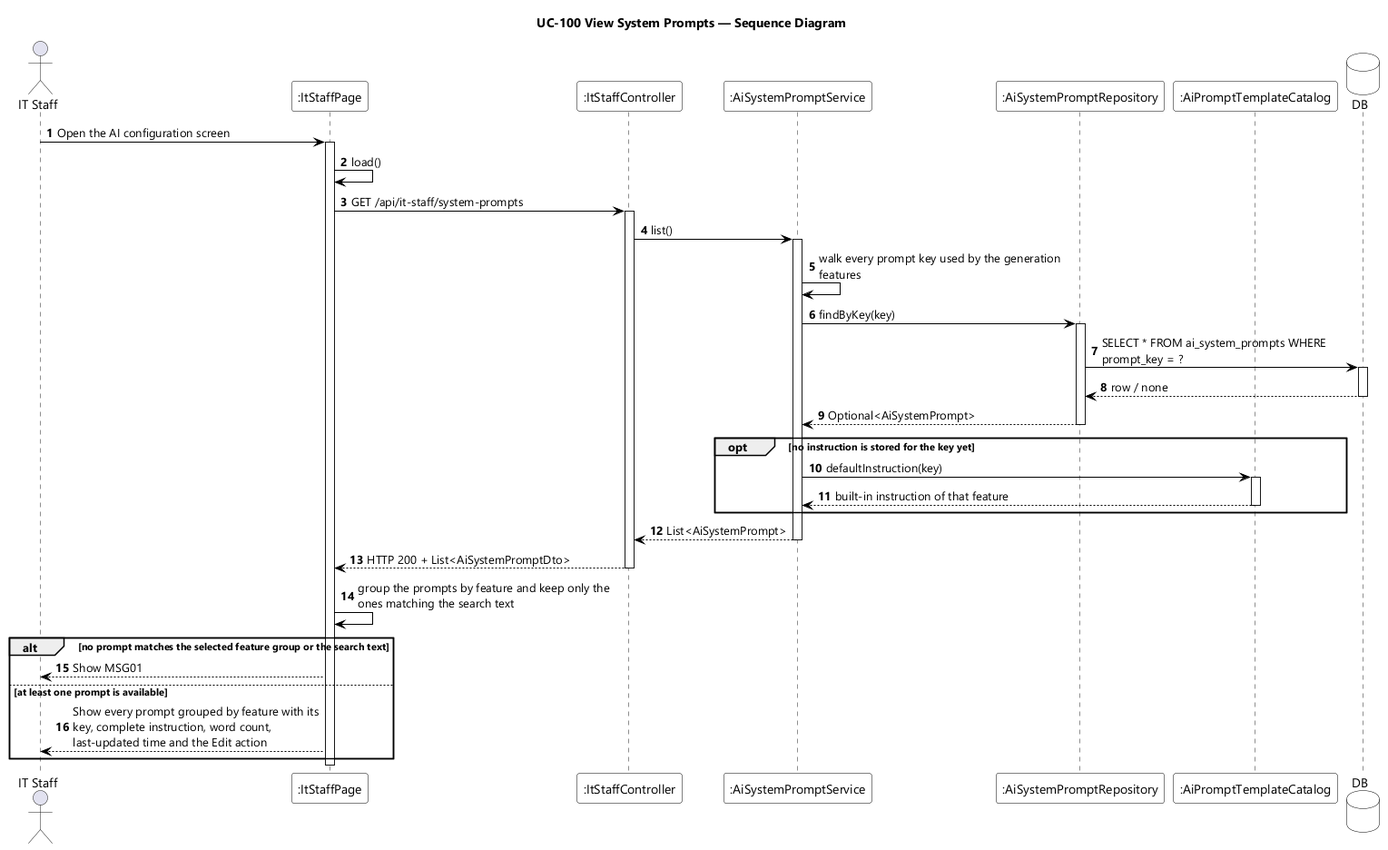
The PlantUML diagram designs/sds-diagrams/uc100/uc100-sequence-diagram.png in EduA-system/EduA-system, before a commit.
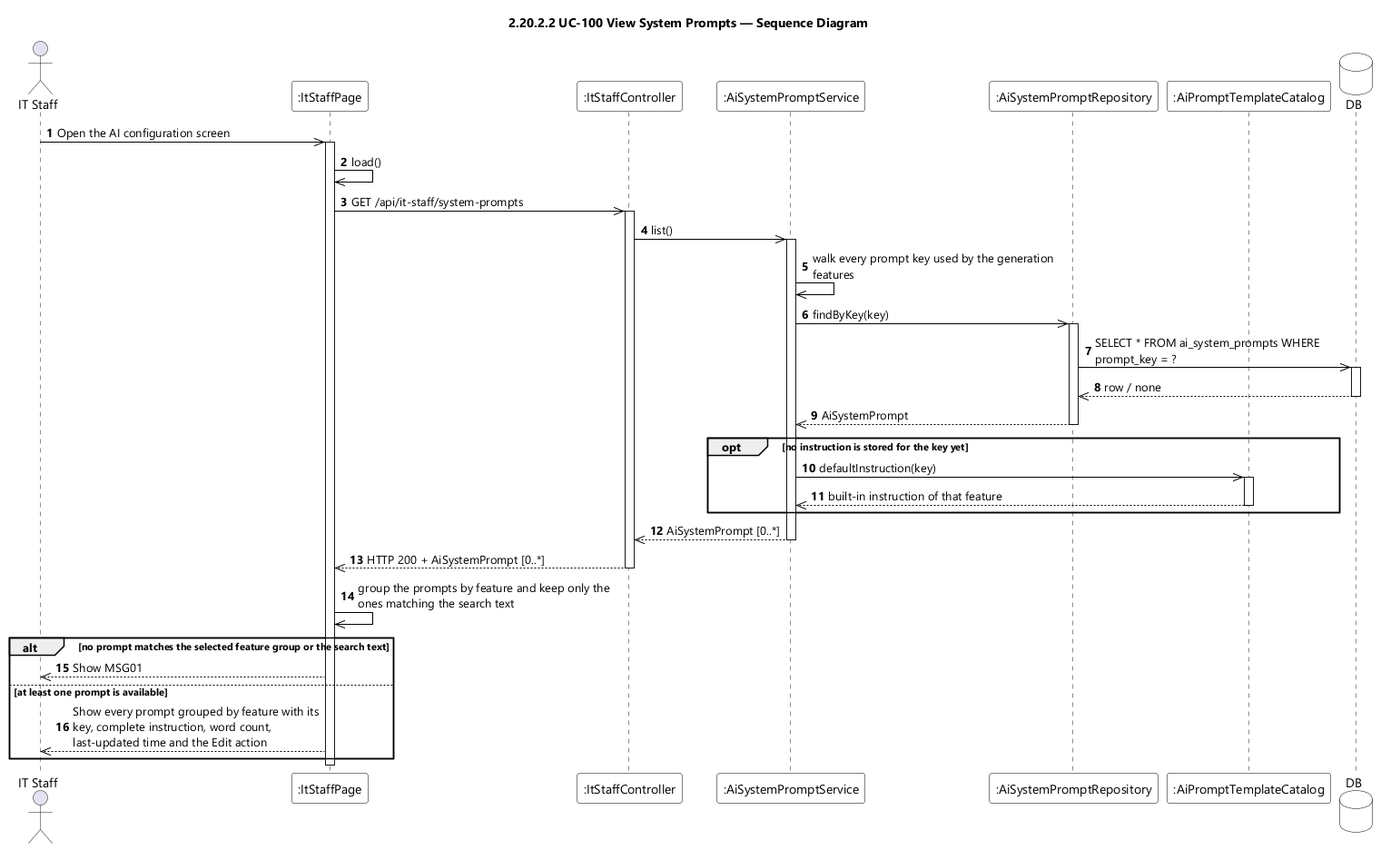
The same diagram one commit later.

Diff of the diagram source:
```diff
@@ -9,7 +9,7 @@
 skinparam ArrowColor #000000
 skinparam sequenceMessageAlign left
 skinparam maxMessageSize 280
-title UC-100 View System Prompts — Sequence Diagram
+title 2.20.2.2 UC-100 View System Prompts — Sequence Diagram
 
 actor "IT Staff" as STAFF
 participant ":ItStaffPage" as UI
@@ -20,40 +20,40 @@
 database DB
 
 autonumber
-STAFF -> UI : Open the AI configuration screen
+STAFF ->> UI : Open the AI configuration screen
 activate UI
-UI -> UI : load()
-UI -> CTL : GET /api/it-staff/system-prompts
+UI ->> UI : load()
+UI ->> CTL : GET /api/it-staff/system-prompts
 activate CTL
-CTL -> SVC : list()
+CTL ->> SVC : list()
 activate SVC
-SVC -> SVC : walk every prompt key used by the generation features
-SVC -> REPO : findByKey(key)
+SVC ->> SVC : walk every prompt key used by the generation features
+SVC ->> REPO : findByKey(key)
 activate REPO
-REPO -> DB : SELECT * FROM ai_system_prompts WHERE prompt_key = ?
+REPO ->> DB : SELECT * FROM ai_system_prompts WHERE prompt_key = ?
 activate DB
-DB --> REPO : row / none
+DB -->> REPO : row / none
 deactivate DB
-REPO --> SVC : Optional<AiSystemPrompt>
+REPO -->> SVC : AiSystemPrompt
 deactivate REPO
 
 opt no instruction is stored for the key yet
-  SVC -> CATALOG : defaultInstruction(key)
+  SVC ->> CATALOG : defaultInstruction(key)
   activate CATALOG
-  CATALOG --> SVC : built-in instruction of that feature
+  CATALOG -->> SVC : built-in instruction of that feature
   deactivate CATALOG
 end
 
-SVC --> CTL : List<AiSystemPrompt>
+SVC -->> CTL : AiSystemPrompt [0..*]
 deactivate SVC
-CTL --> UI : HTTP 200 + List<AiSystemPromptDto>
+CTL -->> UI : HTTP 200 + AiSystemPrompt [0..*]
 deactivate CTL
-UI -> UI : group the prompts by feature and keep only the ones matching the search text
+UI ->> UI : group the prompts by feature and keep only the ones matching the search text
 
 alt no prompt matches the selected feature group or the search text
-  UI --> STAFF : Show MSG01
+  UI -->> STAFF : Show MSG01
 else at least one prompt is available
-  UI --> STAFF : Show every prompt grouped by feature with its key, complete instruction, word count, last-updated time and the Edit action
+  UI -->> STAFF : Show every prompt grouped by feature with its key, complete instruction, word count, last-updated time and the Edit action
 end
 deactivate UI
 @enduml
```
